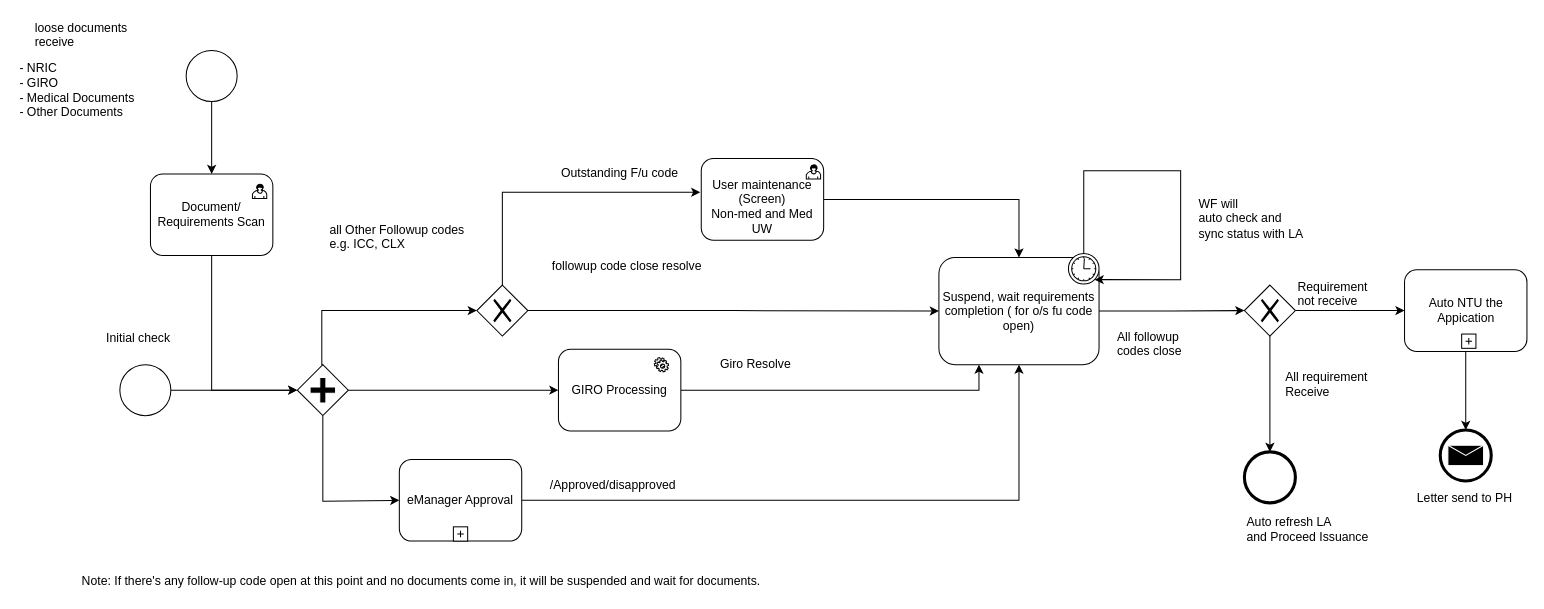
Before: page "Pending Requirement check" (3 of 5) of Untitled Diagram.drawio in Jefferzonlee/WorkFlow-BPR, a draw.io diagram. Source tidied: cells renumbered, new cells numbered last; positions are measured from the earlier drawing's top-left corner, leaving out a move shared by most shapes. Both pictures are drawn from the tidied source at 102%, with x=0, y=0 at pixel (17, 17).
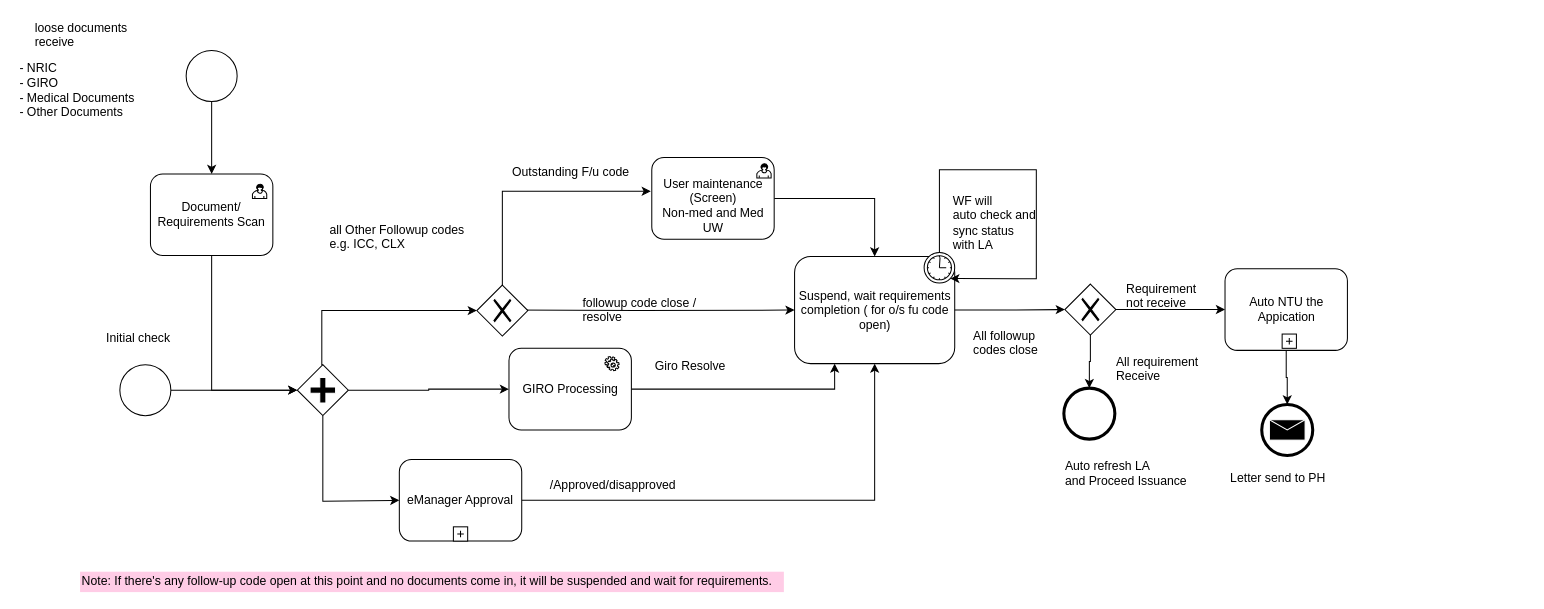
The same page after the edit.

Unchanged cells that the change refers to:
```xml
<mxCell id="6" style="edgeStyle=orthogonalEdgeStyle;rounded=0;jettySize=auto;html=1;entryX=0.25;entryY=1;entryDx=0;entryDy=0;exitX=1;exitY=0.5;exitDx=0;exitDy=0;" parent="1" edge="1" source="8" target="5">
  <mxGeometry relative="1" as="geometry" />
</mxCell>
<mxCell id="39" style="shape=mxgraph.bpmn.shape;html=1;verticalLabelPosition=bottom;labelBackgroundColor=#ffffff;verticalAlign=top;align=center;perimeter=rhombusPerimeter;background=gateway;outlineConnect=0;outline=none;symbol=exclusiveGw;" parent="1" vertex="1">
  <mxGeometry x="450" y="262" width="50" height="50" as="geometry" />
</mxCell>
```

Change to the diagram source:
```diff
@@
     <mxCell id="5" value="Suspend, wait requirements completion ( for o/s fu code open)" style="shape=ext;rounded=1;html=1;whiteSpace=wrap;" parent="1" vertex="1">
-      <mxGeometry x="903" y="235" width="157" height="105" as="geometry" />
+      <mxGeometry x="761.5" y="234" width="157" height="105" as="geometry" />
     </mxCell>
@@
     <mxCell id="7" value="Giro Resolve" style="text;html=1;align=center;verticalAlign=middle;labelBackgroundColor=#ffffff;" parent="6" vertex="1">
       <mxGeometry x="0.73" y="241" relative="1" as="geometry">
-        <mxPoint x="-202" y="215.5" as="offset" />
+        <mxPoint x="-137" y="218.5" as="offset" />
       </mxGeometry>
     </mxCell>
     <mxCell id="8" value="&lt;span&gt;GIRO Processing&lt;/span&gt;" style="shape=ext;rounded=1;html=1;whiteSpace=wrap;" parent="1" vertex="1">
-      <mxGeometry x="530" y="325" width="120" height="80" as="geometry" />
+      <mxGeometry x="481.5" y="324" width="120" height="80" as="geometry" />
     </mxCell>
     <mxCell id="9" style="shape=mxgraph.bpmn.service_task;html=1;" parent="1" vertex="1">
-      <mxGeometry x="624" y="333" width="14" height="14" as="geometry" />
+      <mxGeometry x="575.5" y="332" width="14" height="14" as="geometry" />
     </mxCell>
     <mxCell id="10" style="shape=mxgraph.bpmn.timer_start;perimeter=ellipsePerimeter;html=1;labelPosition=right;labelBackgroundColor=#ffffff;align=left;outlineConnect=0;" parent="1" vertex="1">
-      <mxGeometry x="1030" y="231" width="30" height="30" as="geometry">
+      <mxGeometry x="888.5" y="230" width="30" height="30" as="geometry">
         <mxPoint x="415" y="125" as="offset" />
       </mxGeometry>
     </mxCell>
     <mxCell id="11" style="shape=mxgraph.bpmn.shape;html=1;verticalLabelPosition=bottom;labelBackgroundColor=#ffffff;verticalAlign=top;align=center;perimeter=ellipsePerimeter;outlineConnect=0;outline=end;symbol=general;" parent="1" vertex="1">
-      <mxGeometry x="1202.5" y="425.5" width="50" height="50" as="geometry" />
+      <mxGeometry x="1025.5" y="363" width="50" height="50" as="geometry" />
     </mxCell>
     <mxCell id="12" style="shape=mxgraph.bpmn.service_task;html=1;" parent="1" vertex="1">
-      <mxGeometry x="1429.5" y="266" width="14" height="14" as="geometry" />
+      <mxGeometry x="1253.5" y="266" width="14" height="14" as="geometry" />
     </mxCell>
     <mxCell id="13" value="Requirement &lt;br&gt;not&amp;nbsp;receive" style="text;html=1;align=left;verticalAlign=top;spacingTop=-4;" parent="1" vertex="1">
-      <mxGeometry x="1252.5" y="254" width="90" height="30" as="geometry" />
+      <mxGeometry x="1085" y="256" width="90" height="30" as="geometry" />
     </mxCell>
     <mxCell id="14" style="shape=mxgraph.bpmn.shape;html=1;verticalLabelPosition=bottom;labelBackgroundColor=#ffffff;verticalAlign=top;align=center;perimeter=ellipsePerimeter;outlineConnect=0;outline=end;symbol=message;" parent="1" vertex="1">
-      <mxGeometry x="1394.5" y="404" width="50" height="50" as="geometry" />
+      <mxGeometry x="1219.5" y="379" width="50" height="50" as="geometry" />
     </mxCell>
-    <mxCell id="15" style="edgeStyle=orthogonalEdgeStyle;rounded=0;jettySize=auto;html=1;" parent="1" edge="1" source="16" target="14">
+    <mxCell id="15" style="edgeStyle=orthogonalEdgeStyle;rounded=0;jettySize=auto;html=1;entryX=0.5;entryY=0;entryDx=0;entryDy=0;" parent="1" edge="1" source="16" target="14">
       <mxGeometry relative="1" as="geometry" />
     </mxCell>
     <mxCell id="16" value="Auto NTU the Appication" style="shape=ext;rounded=1;html=1;whiteSpace=wrap;" parent="1" vertex="1">
-      <mxGeometry x="1359.5" y="247" width="120" height="80" as="geometry" />
+      <mxGeometry x="1183.5" y="246" width="120" height="80" as="geometry" />
     </mxCell>
     <mxCell id="17" value="Letter send to PH" style="text;html=1;align=left;verticalAlign=top;spacingTop=-4;" parent="1" vertex="1">
-      <mxGeometry x="1369.5" y="461" width="110" height="20" as="geometry" />
+      <mxGeometry x="1187" y="442" width="110" height="20" as="geometry" />
     </mxCell>
     <mxCell id="18" style="shape=plus;html=1;" parent="1" vertex="1">
-      <mxGeometry x="1415.5" y="310" width="14" height="14" as="geometry" />
+      <mxGeometry x="1239.5" y="310" width="14" height="14" as="geometry" />
     </mxCell>
@@
     <mxCell id="20" style="shape=mxgraph.bpmn.shape;html=1;verticalLabelPosition=bottom;labelBackgroundColor=#ffffff;verticalAlign=top;align=center;perimeter=rhombusPerimeter;background=gateway;outlineConnect=0;outline=none;symbol=exclusiveGw;" parent="1" vertex="1">
-      <mxGeometry x="1202.5" y="262" width="50" height="50" as="geometry" />
+      <mxGeometry x="1026.5" y="261" width="50" height="50" as="geometry" />
     </mxCell>
@@
     <mxCell id="22" value="Auto refresh LA&amp;nbsp;&lt;br&gt;and Proceed Issuance&lt;br&gt;" style="text;html=1;direction=south;" parent="1" vertex="1">
-      <mxGeometry x="1202.5" y="481" width="60" height="80" as="geometry" />
+      <mxGeometry x="1025" y="426" width="60" height="80" as="geometry" />
     </mxCell>
     <mxCell id="23" value="All requirement &lt;br&gt;Receive" style="text;html=1;align=left;verticalAlign=top;spacingTop=-4;" parent="1" vertex="1">
-      <mxGeometry x="1240.5" y="343" width="100" height="30" as="geometry" />
+      <mxGeometry x="1075" y="328" width="100" height="30" as="geometry" />
     </mxCell>
@@
     <mxCell id="27" value="All followup &lt;br&gt;codes close" style="text;html=1;align=left;verticalAlign=top;spacingTop=-4;" parent="1" vertex="1">
-      <mxGeometry x="1076" y="303" width="80" height="30" as="geometry" />
+      <mxGeometry x="934.5" y="302" width="80" height="30" as="geometry" />
     </mxCell>
@@
-    <mxCell id="31" style="edgeStyle=orthogonalEdgeStyle;rounded=0;jettySize=auto;html=1;entryX=0;entryY=0.5;entryDx=0;entryDy=0;exitX=1;exitY=0.5;exitDx=0;exitDy=0;" parent="1" edge="1" source="39" target="5">
-      <mxGeometry relative="1" as="geometry" />
+    <mxCell id="31" style="edgeStyle=orthogonalEdgeStyle;rounded=0;jettySize=auto;html=1;entryX=0;entryY=0.5;entryDx=0;entryDy=0;exitX=1;exitY=0.5;exitDx=0;exitDy=0;" parent="1" edge="1" target="5">
+      <mxGeometry relative="1" as="geometry">
+        <mxPoint x="451.2" y="286.4" as="sourcePoint" />
+      </mxGeometry>
     </mxCell>
@@
     <mxCell id="34" style="edgeStyle=orthogonalEdgeStyle;rounded=0;jettySize=auto;html=1;entryX=-0.008;entryY=0.413;entryDx=0;entryDy=0;entryPerimeter=0;exitX=0.5;exitY=0;exitDx=0;exitDy=0;" parent="1" edge="1" source="39" target="36">
       <mxGeometry relative="1" as="geometry">
         <Array as="points">
-          <mxPoint x="475" y="260" />
           <mxPoint x="475" y="170" />
         </Array>
       </mxGeometry>
     </mxCell>
@@
     <mxCell id="36" value="&lt;br&gt;&amp;nbsp;User maintenance&amp;nbsp; (Screen)&lt;br&gt;Non-med and Med UW&lt;br&gt;" style="html=1;whiteSpace=wrap;rounded=1;" parent="1" vertex="1">
-      <mxGeometry x="670" y="138" width="120" height="80" as="geometry" />
+      <mxGeometry x="621.5" y="137" width="120" height="80" as="geometry" />
     </mxCell>
@@
-    <mxCell id="38" value="followup code close resolve" style="text;html=1;align=left;verticalAlign=top;spacingTop=-4;" parent="1" vertex="1">
-      <mxGeometry x="522" y="234" width="160" height="20" as="geometry" />
+    <mxCell id="38" value="followup code close /&lt;br&gt;resolve" style="text;html=1;align=left;verticalAlign=top;spacingTop=-4;" parent="1" vertex="1">
+      <mxGeometry x="551.5" y="270" width="130" height="30" as="geometry" />
     </mxCell>
@@
     <mxCell id="42" value="Outstanding F/u code" style="text;html=1;align=left;verticalAlign=top;spacingTop=-4;" parent="1" vertex="1">
-      <mxGeometry x="531" y="143" width="130" height="20" as="geometry" />
+      <mxGeometry x="482.5" y="142" width="130" height="20" as="geometry" />
     </mxCell>
@@
     <mxCell id="50" style="edgeStyle=orthogonalEdgeStyle;rounded=0;orthogonalLoop=1;jettySize=auto;html=1;entryX=0.855;entryY=0.855;entryDx=0;entryDy=0;entryPerimeter=0;" parent="1" edge="1" source="10" target="10">
       <mxGeometry relative="1" as="geometry">
         <Array as="points">
-          <mxPoint x="1045" y="150" />
-          <mxPoint x="1140" y="150" />
-          <mxPoint x="1140" y="257" />
+          <mxPoint x="903.5" y="149" />
+          <mxPoint x="998.5" y="149" />
+          <mxPoint x="998.5" y="256" />
         </Array>
       </mxGeometry>
     </mxCell>
-    <mxCell id="51" value="WF will &lt;br&gt;auto check and &lt;br&gt;sync status with LA&amp;nbsp;" style="text;html=1;align=left;verticalAlign=top;spacingTop=-4;" parent="1" vertex="1">
-      <mxGeometry x="1156" y="173" width="120" height="40" as="geometry" />
+    <mxCell id="51" value="WF will &lt;br&gt;auto check and &lt;br&gt;sync status &lt;br&gt;with LA&amp;nbsp;" style="text;html=1;align=left;verticalAlign=top;spacingTop=-4;" parent="1" vertex="1">
+      <mxGeometry x="914.5" y="170" width="100" height="60" as="geometry" />
     </mxCell>
-    <mxCell id="52" value="Note: If there's any follow-up code open at this point and no documents come in, it will be suspended and wait for documents." style="text;html=1;align=left;verticalAlign=top;spacingTop=-4;" parent="1" vertex="1">
-      <mxGeometry x="61" y="543" width="680" height="20" as="geometry" />
+    <mxCell id="52" value="Note: If there's any follow-up code open at this point and no documents come in, it will be suspended and wait for requirements." style="text;html=1;align=left;verticalAlign=top;spacingTop=-4;fillColor=#FFCCE6;" parent="1" vertex="1">
+      <mxGeometry x="61" y="543" width="690" height="20" as="geometry" />
     </mxCell>
```
